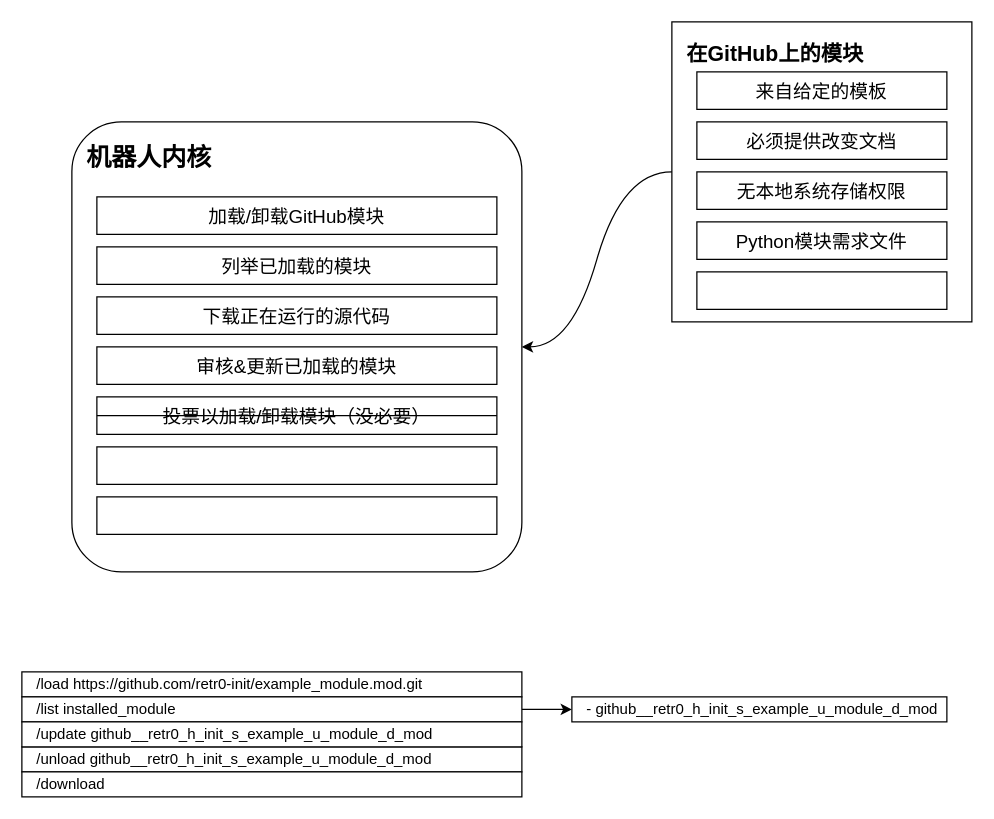
This is discord-bot-framework.drawio from retr0-init/discord-bot-framework-doc, a draw.io file, before an edit. Source tidied: cells renumbered, new cells numbered last; positions are measured from the earlier drawing's top-left corner, leaving out a move shared by most shapes. Both pictures are drawn from the tidied source at 125%, with x=0, y=0 at pixel (21, 21).
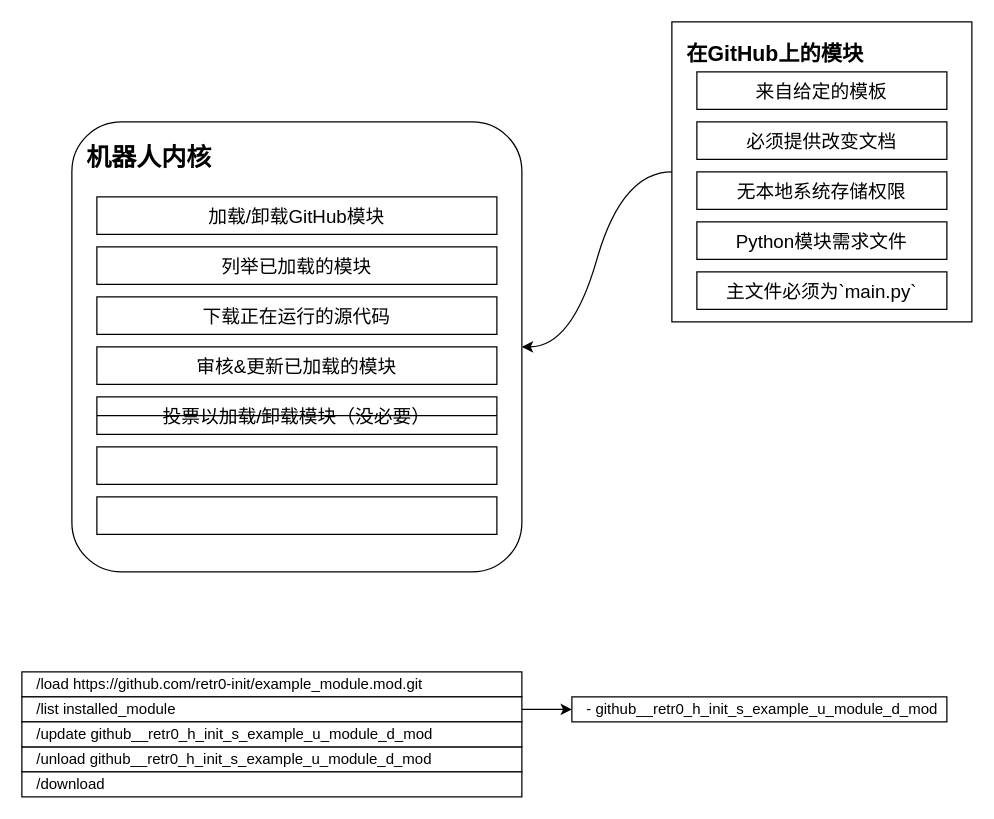
The same diagram, later.

Change to the diagram source:
```diff
@@
-    <mxCell id="15" style="rounded=0;whiteSpace=wrap;html=1;fontSize=15;" parent="1" vertex="1">
+    <mxCell id="15" value="主文件必须为`main.py`" style="rounded=0;whiteSpace=wrap;html=1;fontSize=15;" parent="1" vertex="1">
       <mxGeometry x="540" y="200" width="200" height="30" as="geometry" />
     </mxCell>
```
